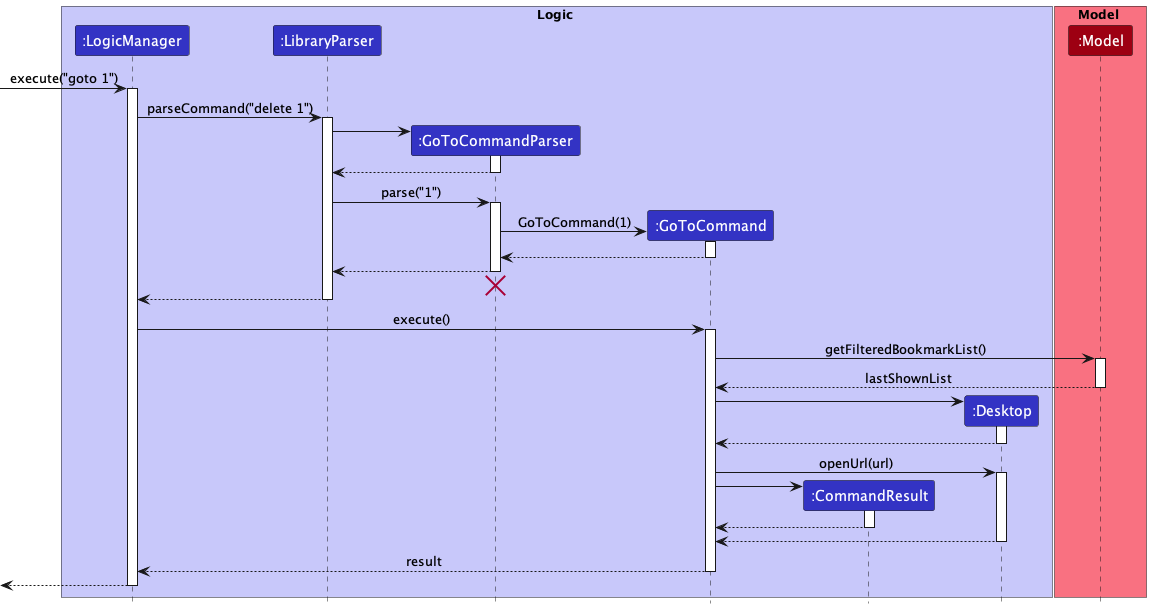
Before: docs/images/DeleteSequenceDiagram.png, a diagram exported from PlantUML (nus-cs2103-AY2223S2/tp).
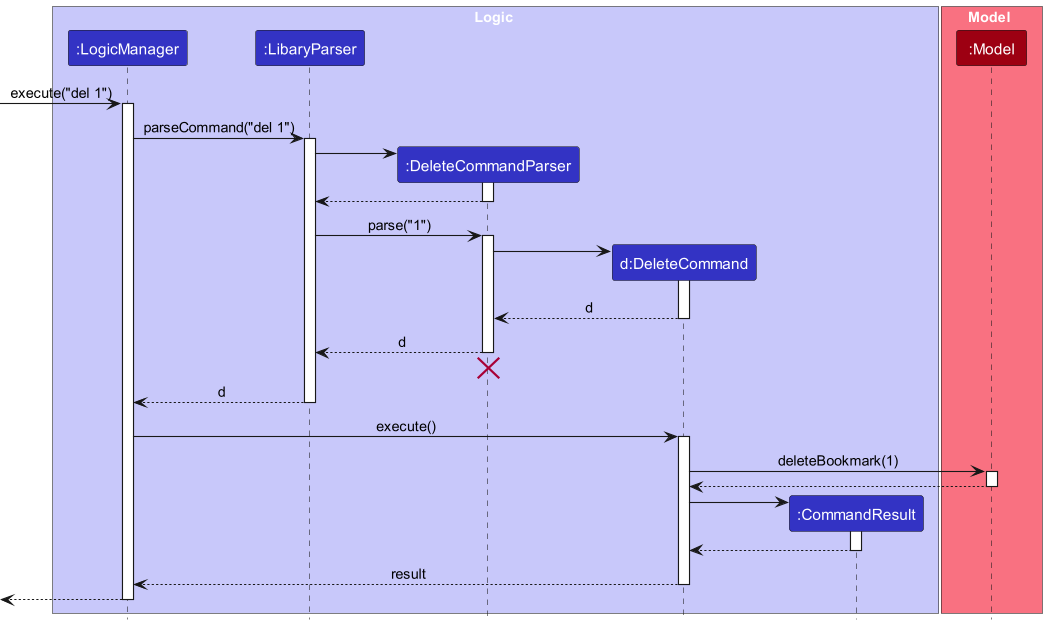
The same file after the commit.

What changed in the source:
```diff
@@ -3,79 +3,65 @@
 
 box Logic LOGIC_COLOR_T1
 participant ":LogicManager" as LogicManager LOGIC_COLOR
-participant ":LibraryParser" as LibraryParser LOGIC_COLOR
-participant ":GoToCommandParser" as GoToCommandParser LOGIC_COLOR
-participant ":GoToCommand" as GoToCommand LOGIC_COLOR
+participant ":LibaryParser" as LibraryParser LOGIC_COLOR
+participant ":DeleteCommandParser" as DeleteCommandParser LOGIC_COLOR
+participant "d:DeleteCommand" as DeleteCommand LOGIC_COLOR
 participant ":CommandResult" as CommandResult LOGIC_COLOR
-participant ":Desktop" as Desktop LOGIC_COLOR
 end box
 
 box Model MODEL_COLOR_T1
 participant ":Model" as Model MODEL_COLOR
 end box
 
-[-> LogicManager : execute("goto 1")
+[-> LogicManager : execute("del 1")
 activate LogicManager
 
-LogicManager -> LibraryParser : parseCommand("delete 1")
+LogicManager -> LibraryParser : parseCommand("del 1")
 activate LibraryParser
 
-create GoToCommandParser
-LibraryParser -> GoToCommandParser
-activate GoToCommandParser
+create DeleteCommandParser
+LibraryParser -> DeleteCommandParser
+activate DeleteCommandParser
 
-GoToCommandParser --> LibraryParser
-deactivate GoToCommandParser
+DeleteCommandParser --> LibraryParser
+deactivate DeleteCommandParser
 
-LibraryParser -> GoToCommandParser : parse("1")
-activate GoToCommandParser
+LibraryParser -> DeleteCommandParser : parse("1")
+activate DeleteCommandParser
 
-create GoToCommand
-GoToCommandParser -> GoToCommand : GoToCommand(1)
-activate GoToCommand
+create DeleteCommand
+DeleteCommandParser -> DeleteCommand
+activate DeleteCommand
 
-GoToCommand --> GoToCommandParser :
-deactivate GoToCommand
+DeleteCommand --> DeleteCommandParser : d
+deactivate DeleteCommand
 
-GoToCommandParser --> LibraryParser :
-deactivate GoToCommandParser
-GoToCommandParser -[hidden]-> LibraryParser
-destroy GoToCommandParser
+DeleteCommandParser --> LibraryParser : d
+deactivate DeleteCommandParser
+DeleteCommandParser -[hidden]-> LibraryParser
+destroy DeleteCommandParser
 
-LibraryParser --> LogicManager :
+LibraryParser --> LogicManager : d
 deactivate LibraryParser
 
-LogicManager -> GoToCommand : execute()
-activate GoToCommand
+LogicManager -> DeleteCommand : execute()
+activate DeleteCommand
 
-GoToCommand -> Model : getFilteredBookmarkList()
+DeleteCommand -> Model : deleteBookmark(1)
 activate Model
 
-Model --> GoToCommand : lastShownList
+Model --> DeleteCommand
 deactivate Model
 
-create Desktop
-GoToCommand -> Desktop
-activate Desktop
-Desktop --> GoToCommand
-deactivate Desktop
-
-GoToCommand -> Desktop : openUrl(url)
-activate Desktop
-
-
-
 create CommandResult
-GoToCommand -> CommandResult
+DeleteCommand -> CommandResult
 activate CommandResult
 
-CommandResult --> GoToCommand
+CommandResult --> DeleteCommand
 deactivate CommandResult
-Desktop --> GoToCommand
-deactivate Desktop
 
-GoToCommand --> LogicManager : result
-deactivate GoToCommand
+DeleteCommand --> LogicManager : result
+deactivate DeleteCommand
 
 [<--LogicManager
 deactivate LogicManager
```
